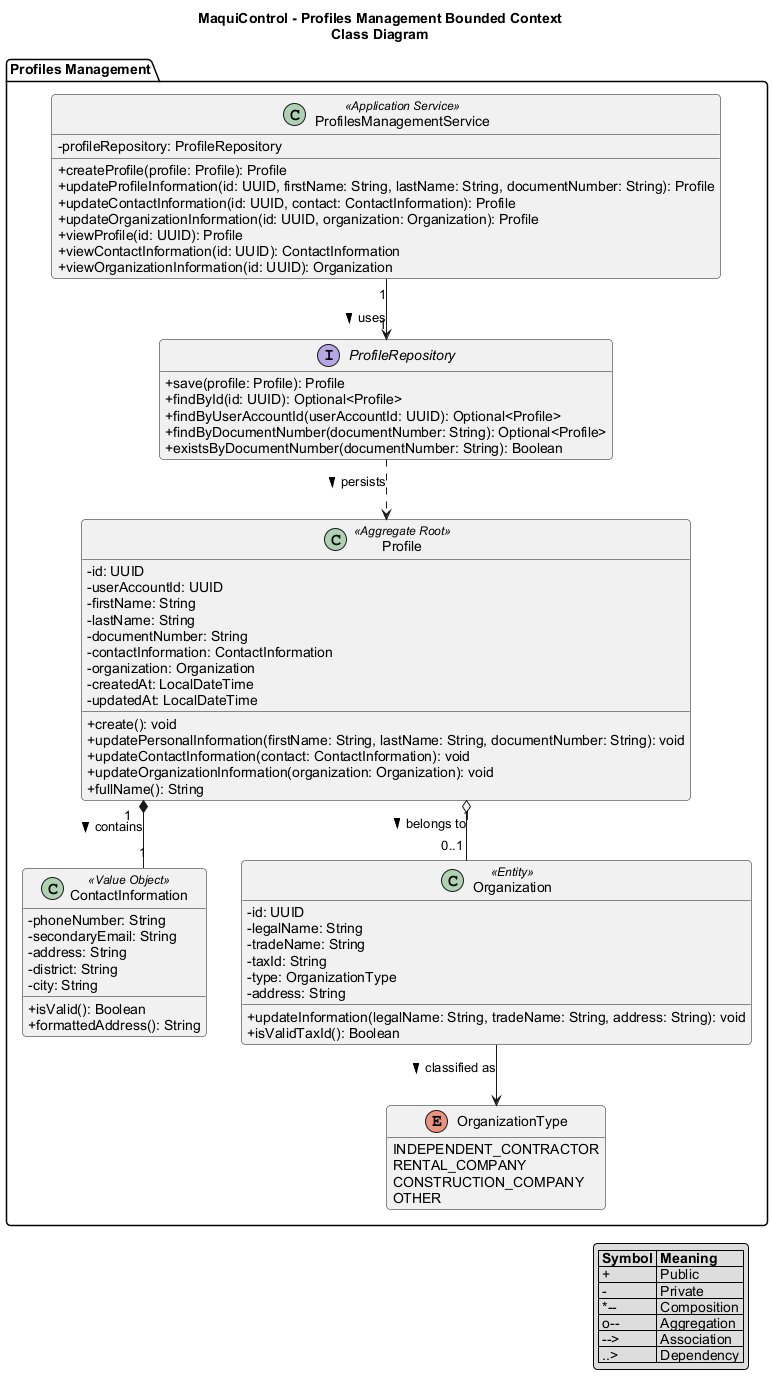
The PlantUML diagram assets/profiles-management-class-diagram.png in AndesHeavyTech/MaquiControl, before a commit. Its diagram source:
```plantuml
@startuml
title MaquiControl - Profiles Management Bounded Context\nClass Diagram

skinparam classAttributeIconSize 0
skinparam shadowing false
skinparam roundcorner 8
skinparam defaultFontName Arial
skinparam linetype ortho
hide empty members

package "Profiles Management" {

  class Profile <<Aggregate Root>> {
    - id: UUID
    - userAccountId: UUID
    - firstName: String
    - lastName: String
    - documentNumber: String
    - contactInformation: ContactInformation
    - organization: Organization
    - createdAt: LocalDateTime
    - updatedAt: LocalDateTime
    + create(): void
    + updatePersonalInformation(firstName: String, lastName: String, documentNumber: String): void
    + updateContactInformation(contact: ContactInformation): void
    + updateOrganizationInformation(organization: Organization): void
    + fullName(): String
  }

  class ContactInformation <<Value Object>> {
    - phoneNumber: String
    - secondaryEmail: String
    - address: String
    - district: String
    - city: String
    + isValid(): Boolean
    + formattedAddress(): String
  }

  class Organization <<Entity>> {
    - id: UUID
    - legalName: String
    - tradeName: String
    - taxId: String
    - type: OrganizationType
    - address: String
    + updateInformation(legalName: String, tradeName: String, address: String): void
    + isValidTaxId(): Boolean
  }

  enum OrganizationType {
    INDEPENDENT_CONTRACTOR
    RENTAL_COMPANY
    CONSTRUCTION_COMPANY
    OTHER
  }

  interface ProfileRepository {
    + save(profile: Profile): Profile
    + findById(id: UUID): Optional<Profile>
    + findByUserAccountId(userAccountId: UUID): Optional<Profile>
    + findByDocumentNumber(documentNumber: String): Optional<Profile>
    + existsByDocumentNumber(documentNumber: String): Boolean
  }

  class ProfilesManagementService <<Application Service>> {
    - profileRepository: ProfileRepository
    + createProfile(profile: Profile): Profile
    + updateProfileInformation(id: UUID, firstName: String, lastName: String, documentNumber: String): Profile
    + updateContactInformation(id: UUID, contact: ContactInformation): Profile
    + updateOrganizationInformation(id: UUID, organization: Organization): Profile
    + viewProfile(id: UUID): Profile
    + viewContactInformation(id: UUID): ContactInformation
    + viewOrganizationInformation(id: UUID): Organization
  }
}

Profile "1" *-- "1" ContactInformation : contains >
Profile "1" o-- "0..1" Organization : belongs to >
Organization --> OrganizationType : classified as >
ProfilesManagementService "1" --> "1" ProfileRepository : uses >
ProfileRepository ..> Profile : persists >

legend right
  |= Symbol |= Meaning |
  | + | Public |
  | - | Private |
  | *-- | Composition |
  | o-- | Aggregation |
  | --> | Association |
  | ..> | Dependency |
endlegend

@enduml
```
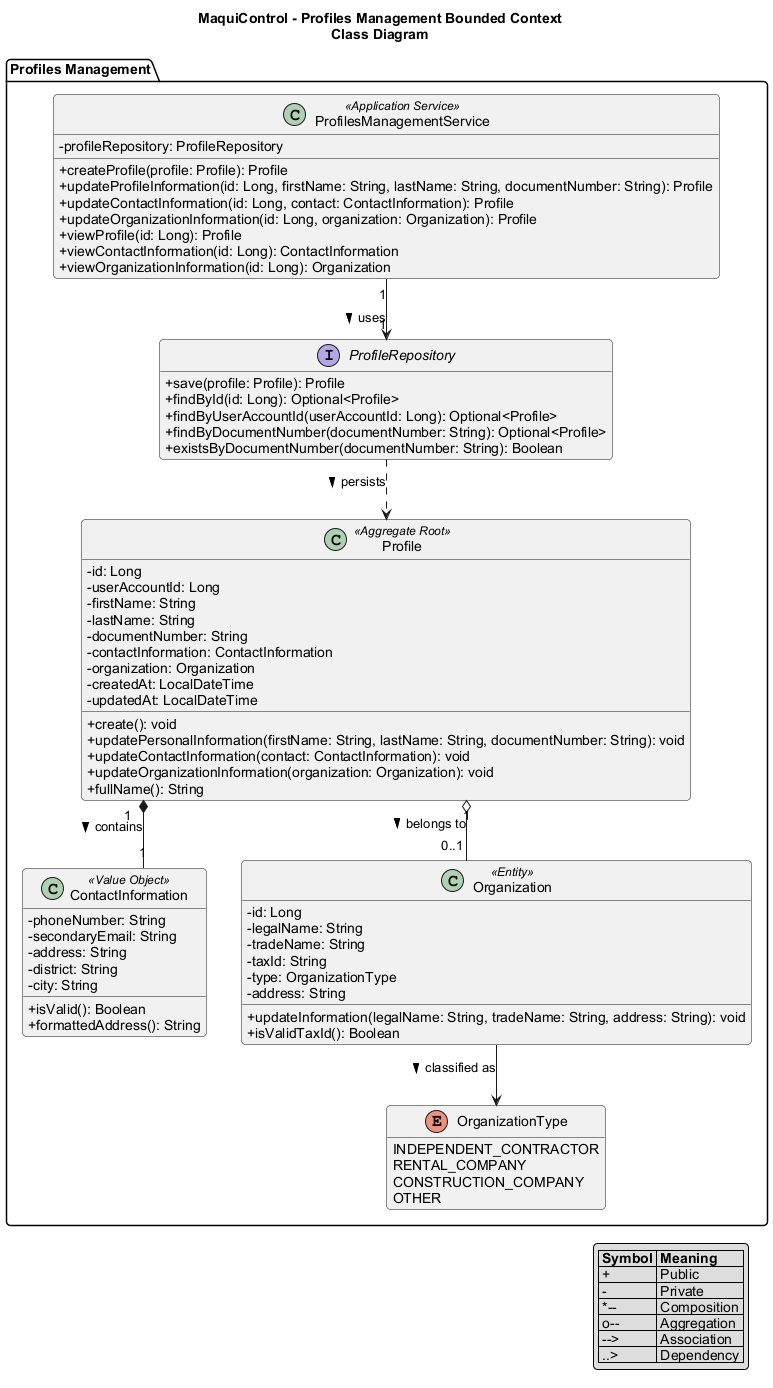
Above is the later version.

Change to the diagram source:
```diff
@@ -11,8 +11,8 @@
 package "Profiles Management" {
 
   class Profile <<Aggregate Root>> {
-    - id: UUID
-    - userAccountId: UUID
+    - id: Long
+    - userAccountId: Long
     - firstName: String
     - lastName: String
     - documentNumber: String
@@ -38,7 +38,7 @@
   }
 
   class Organization <<Entity>> {
-    - id: UUID
+    - id: Long
     - legalName: String
     - tradeName: String
     - taxId: String
@@ -57,8 +57,8 @@
 
   interface ProfileRepository {
     + save(profile: Profile): Profile
-    + findById(id: UUID): Optional<Profile>
-    + findByUserAccountId(userAccountId: UUID): Optional<Profile>
+    + findById(id: Long): Optional<Profile>
+    + findByUserAccountId(userAccountId: Long): Optional<Profile>
     + findByDocumentNumber(documentNumber: String): Optional<Profile>
     + existsByDocumentNumber(documentNumber: String): Boolean
   }
@@ -66,12 +66,12 @@
   class ProfilesManagementService <<Application Service>> {
     - profileRepository: ProfileRepository
     + createProfile(profile: Profile): Profile
-    + updateProfileInformation(id: UUID, firstName: String, lastName: String, documentNumber: String): Profile
-    + updateContactInformation(id: UUID, contact: ContactInformation): Profile
-    + updateOrganizationInformation(id: UUID, organization: Organization): Profile
-    + viewProfile(id: UUID): Profile
-    + viewContactInformation(id: UUID): ContactInformation
-    + viewOrganizationInformation(id: UUID): Organization
+    + updateProfileInformation(id: Long, firstName: String, lastName: String, documentNumber: String): Profile
+    + updateContactInformation(id: Long, contact: ContactInformation): Profile
+    + updateOrganizationInformation(id: Long, organization: Organization): Profile
+    + viewProfile(id: Long): Profile
+    + viewContactInformation(id: Long): ContactInformation
+    + viewOrganizationInformation(id: Long): Organization
   }
 }
 
```
